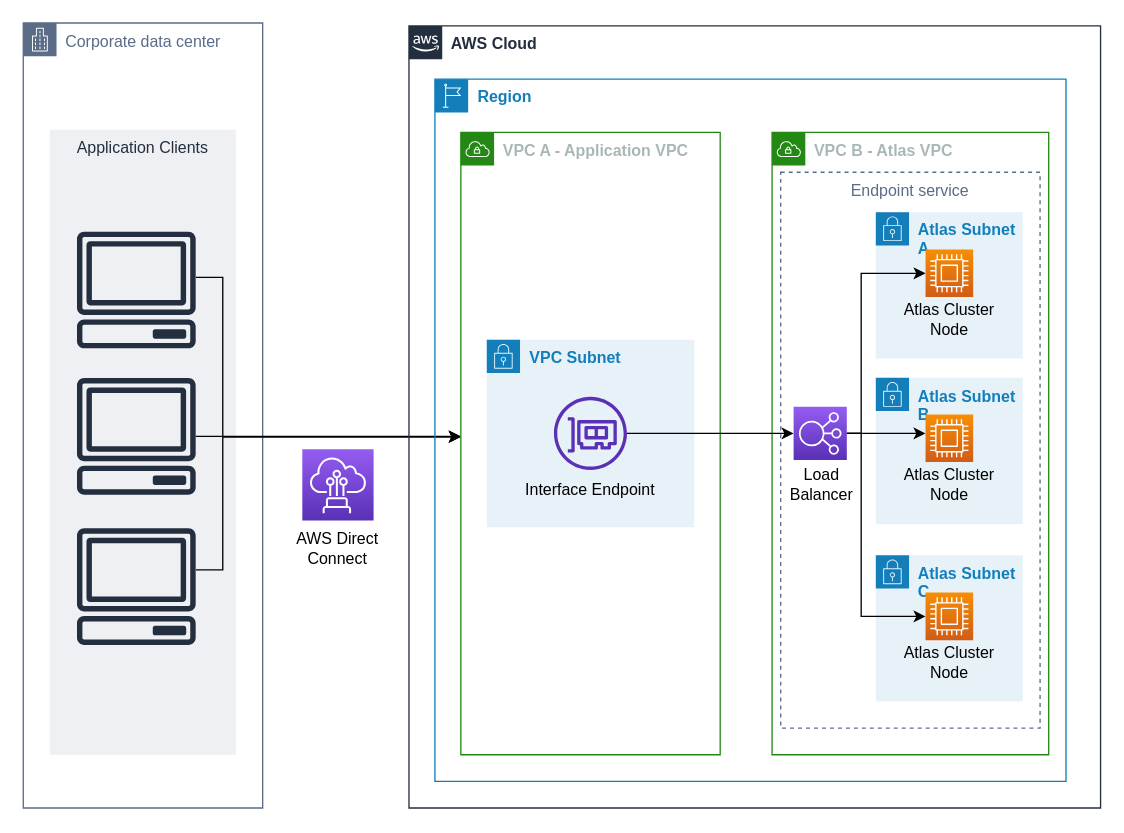
Earlier version of the draw.io diagram source/images/originals/atlas-aws-privatelink-directconnect.drawio (mongodb/docs). Source tidied: cells renumbered, new cells numbered last; positions are measured from the earlier drawing's top-left corner, leaving out a move shared by most shapes. Both pictures are drawn from the tidied source at 133%, with x=0, y=0 at pixel (23, 23).
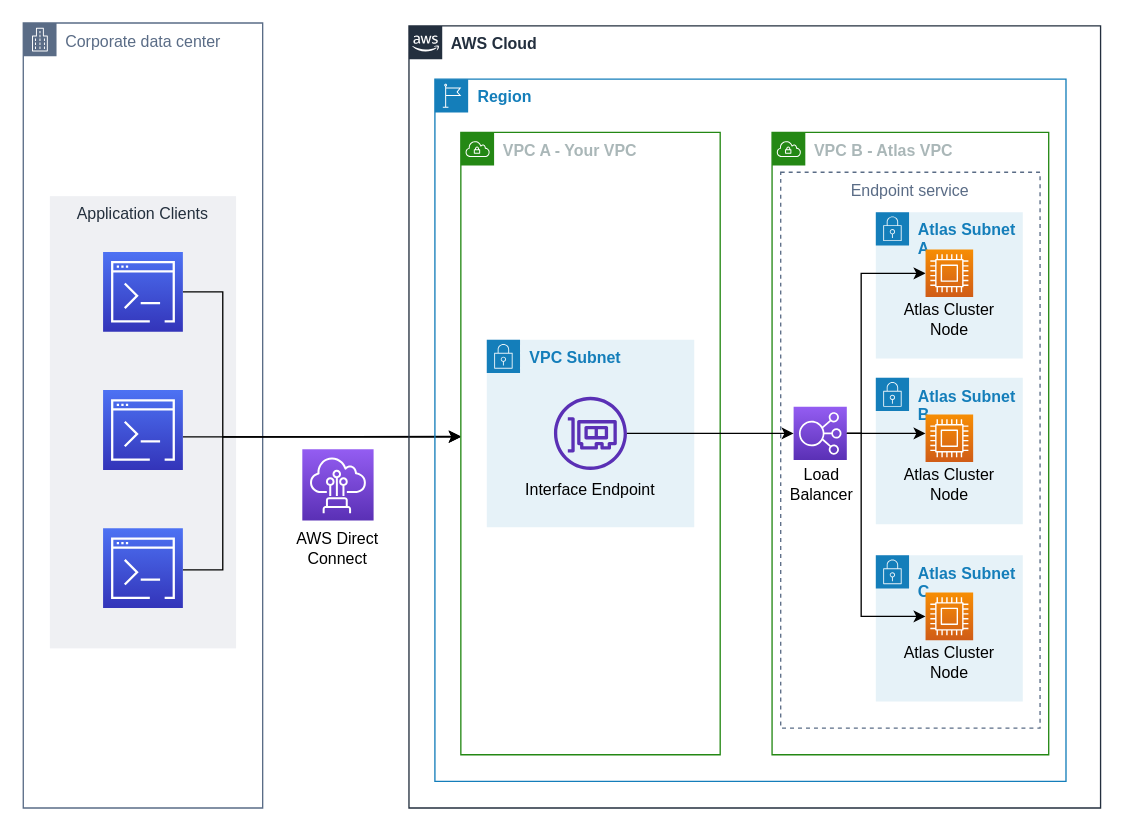
After the change.

Commit message (it also covers changes not shown here):
(DOCSP-12294): tech review feedback

Diff of the diagram source:
```diff
@@
     <mxCell id="3" value="Application Clients" style="fillColor=#EFF0F3;strokeColor=none;dashed=0;verticalAlign=top;fontStyle=0;fontColor=#232F3D;" parent="1" vertex="1">
-      <mxGeometry x="20" y="80" width="140" height="470" as="geometry" />
+      <mxGeometry x="20" y="130" width="140" height="340" as="geometry" />
     </mxCell>
@@
-    <mxCell id="6" style="edgeStyle=orthogonalEdgeStyle;rounded=0;jettySize=auto;html=1;" parent="1" edge="1" source="7" target="16">
+    <mxCell id="6" style="edgeStyle=orthogonalEdgeStyle;rounded=0;jettySize=auto;html=1;" parent="1" edge="1" source="37">
       <mxGeometry relative="1" as="geometry">
+        <mxPoint x="329" y="310.6" as="targetPoint" />
         <Array as="points">
-          <mxPoint x="140" y="311" />
-          <mxPoint x="140" y="311" />
+          <mxPoint x="170" y="311" />
+          <mxPoint x="170" y="311" />
         </Array>
       </mxGeometry>
     </mxCell>
-    <mxCell id="7" style="outlineConnect=0;fontColor=#232F3E;gradientColor=none;fillColor=#232F3E;strokeColor=none;dashed=0;verticalLabelPosition=bottom;verticalAlign=top;align=center;html=1;fontSize=12;fontStyle=0;shape=mxgraph.aws4.client;" parent="1" vertex="1">
-      <mxGeometry x="40" y="266.7" width="90" height="87.7" as="geometry" />
-    </mxCell>
-    <mxCell id="8" style="edgeStyle=orthogonalEdgeStyle;rounded=0;orthogonalLoop=1;jettySize=auto;html=1;" parent="1" edge="1">
+    <mxCell id="8" style="edgeStyle=orthogonalEdgeStyle;rounded=0;jettySize=auto;html=1;" parent="1" edge="1" source="36">
       <mxGeometry relative="1" as="geometry">
-        <mxPoint x="129.8" y="411" as="sourcePoint" />
         <mxPoint x="329" y="311" as="targetPoint" />
         <Array as="points">
           <mxPoint x="150" y="411" />
           <mxPoint x="150" y="311" />
         </Array>
       </mxGeometry>
     </mxCell>
-    <mxCell id="9" style="fontColor=#232F3E;gradientColor=none;fillColor=#232F3E;strokeColor=none;dashed=0;verticalLabelPosition=bottom;verticalAlign=top;align=center;html=1;fontSize=12;fontStyle=0;shape=mxgraph.aws4.client;" parent="1" vertex="1">
-      <mxGeometry x="40" y="379.7" width="90" height="87.7" as="geometry" />
-    </mxCell>
-    <mxCell id="10" style="edgeStyle=orthogonalEdgeStyle;rounded=0;orthogonalLoop=1;jettySize=auto;html=1;" parent="1" edge="1">
+    <mxCell id="10" style="edgeStyle=orthogonalEdgeStyle;rounded=0;jettySize=auto;html=1;" parent="1" edge="1" source="35">
       <mxGeometry relative="1" as="geometry">
-        <mxPoint x="129.8" y="191" as="sourcePoint" />
         <mxPoint x="329" y="311" as="targetPoint" />
         <Array as="points">
-          <mxPoint x="150" y="191" />
+          <mxPoint x="150" y="202" />
           <mxPoint x="150" y="311" />
         </Array>
       </mxGeometry>
     </mxCell>
-    <mxCell id="11" style="fontColor=#232F3E;gradientColor=none;fillColor=#232F3E;strokeColor=none;dashed=0;verticalLabelPosition=bottom;verticalAlign=top;align=center;html=1;fontSize=12;fontStyle=0;shape=mxgraph.aws4.client;" parent="1" vertex="1">
-      <mxGeometry x="40" y="156.7" width="90" height="87.7" as="geometry" />
-    </mxCell>
@@
-    <mxCell id="16" value="&lt;b&gt;&lt;font face=&quot;Akzidenz-Grotesk&quot;&gt;VPC A - Application VPC&lt;/font&gt;&lt;/b&gt;" style="points=[[0,0],[0.25,0],[0.5,0],[0.75,0],[1,0],[1,0.25],[1,0.5],[1,0.75],[1,1],[0.75,1],[0.5,1],[0.25,1],[0,1],[0,0.75],[0,0.5],[0,0.25]];outlineConnect=0;gradientColor=none;html=1;whiteSpace=wrap;fontSize=12;fontStyle=0;shape=mxgraph.aws4.group;grIcon=mxgraph.aws4.group_vpc;strokeColor=#248814;fillColor=none;verticalAlign=top;align=left;spacingLeft=30;fontColor=#AAB7B8;dashed=0;" parent="1" vertex="1">
+    <mxCell id="16" value="&lt;b&gt;&lt;font face=&quot;Akzidenz-Grotesk&quot;&gt;VPC A - Your VPC&lt;/font&gt;&lt;/b&gt;" style="points=[[0,0],[0.25,0],[0.5,0],[0.75,0],[1,0],[1,0.25],[1,0.5],[1,0.75],[1,1],[0.75,1],[0.5,1],[0.25,1],[0,1],[0,0.75],[0,0.5],[0,0.25]];outlineConnect=0;gradientColor=none;html=1;whiteSpace=wrap;fontSize=12;fontStyle=0;shape=mxgraph.aws4.group;grIcon=mxgraph.aws4.group_vpc;strokeColor=#248814;fillColor=none;verticalAlign=top;align=left;spacingLeft=30;fontColor=#AAB7B8;dashed=0;" parent="1" vertex="1">
       <mxGeometry x="329" y="82" width="195" height="468" as="geometry" />
     </mxCell>
@@
+    <mxCell id="35" style="outlineConnect=0;fontColor=#232F3E;gradientColor=#4D72F3;gradientDirection=north;fillColor=#3334B9;strokeColor=#ffffff;dashed=0;verticalLabelPosition=bottom;verticalAlign=top;align=center;html=1;fontSize=12;fontStyle=0;shape=mxgraph.aws4.resourceIcon;resIcon=mxgraph.aws4.command_line_interface;" parent="1" vertex="1">
+      <mxGeometry x="60" y="171.9" width="60" height="60" as="geometry" />
+    </mxCell>
+    <mxCell id="36" style="outlineConnect=0;fontColor=#232F3E;gradientColor=#4D72F3;gradientDirection=north;fillColor=#3334B9;strokeColor=#ffffff;dashed=0;verticalLabelPosition=bottom;verticalAlign=top;align=center;html=1;fontSize=12;fontStyle=0;shape=mxgraph.aws4.resourceIcon;resIcon=mxgraph.aws4.command_line_interface;" parent="1" vertex="1">
+      <mxGeometry x="60" y="379.7" width="60" height="60" as="geometry" />
+    </mxCell>
+    <mxCell id="37" style="outlineConnect=0;fontColor=#232F3E;gradientColor=#4D72F3;gradientDirection=north;fillColor=#3334B9;strokeColor=#ffffff;dashed=0;verticalLabelPosition=bottom;verticalAlign=top;align=center;html=1;fontSize=12;fontStyle=0;shape=mxgraph.aws4.resourceIcon;resIcon=mxgraph.aws4.command_line_interface;" parent="1" vertex="1">
+      <mxGeometry x="60" y="275.8" width="60" height="60" as="geometry" />
+    </mxCell>
```
